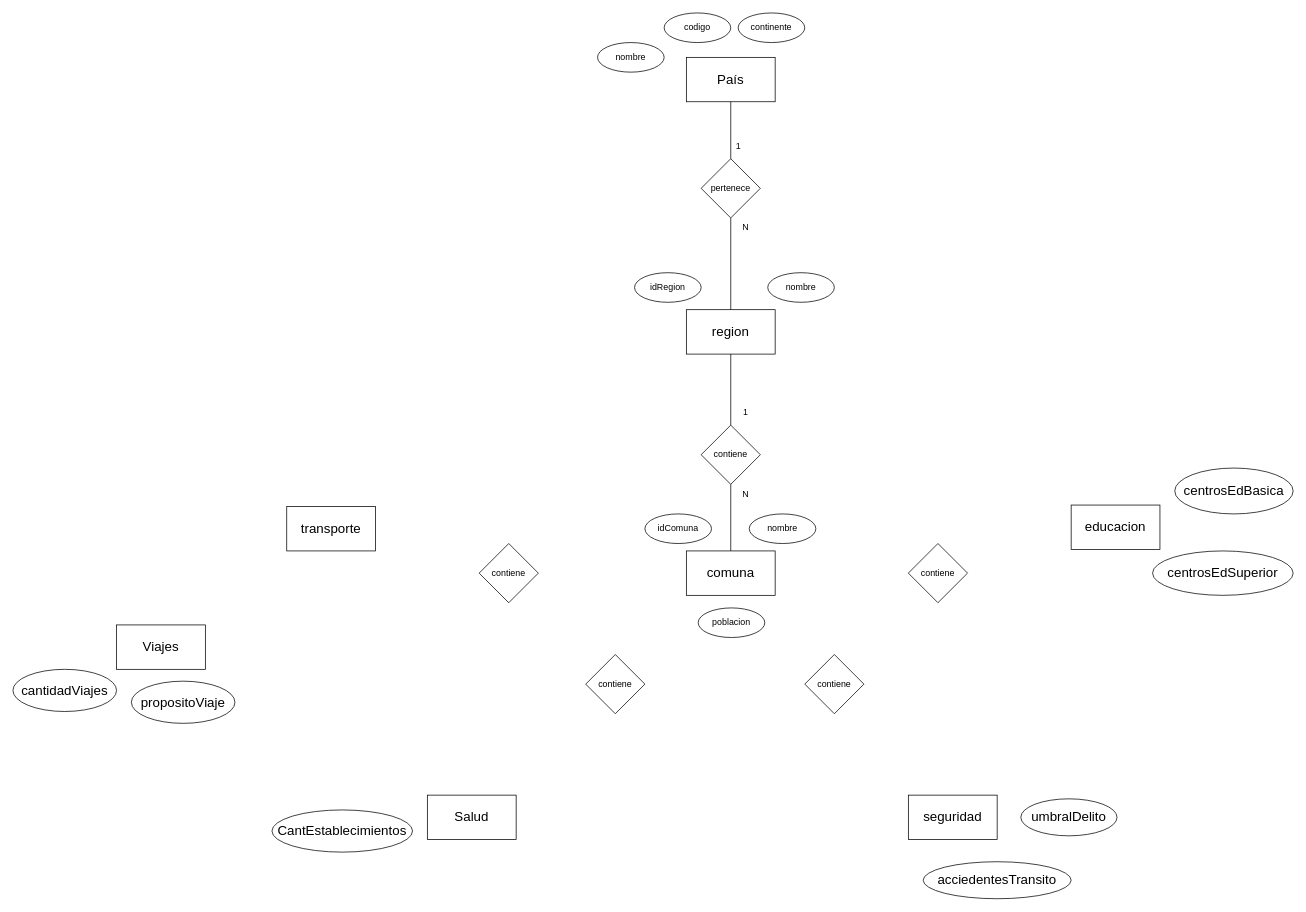
This is Parte_B/diagrama entidad-relacion.drawio from LuisPa197/INFO133-equipo01, a draw.io file, before an edit. Source tidied: cells renumbered, new cells numbered last; positions are measured from the earlier drawing's top-left corner, leaving out a move shared by most shapes. Both pictures are drawn from the tidied source at 74%, with x=0, y=0 at pixel (13, 13).
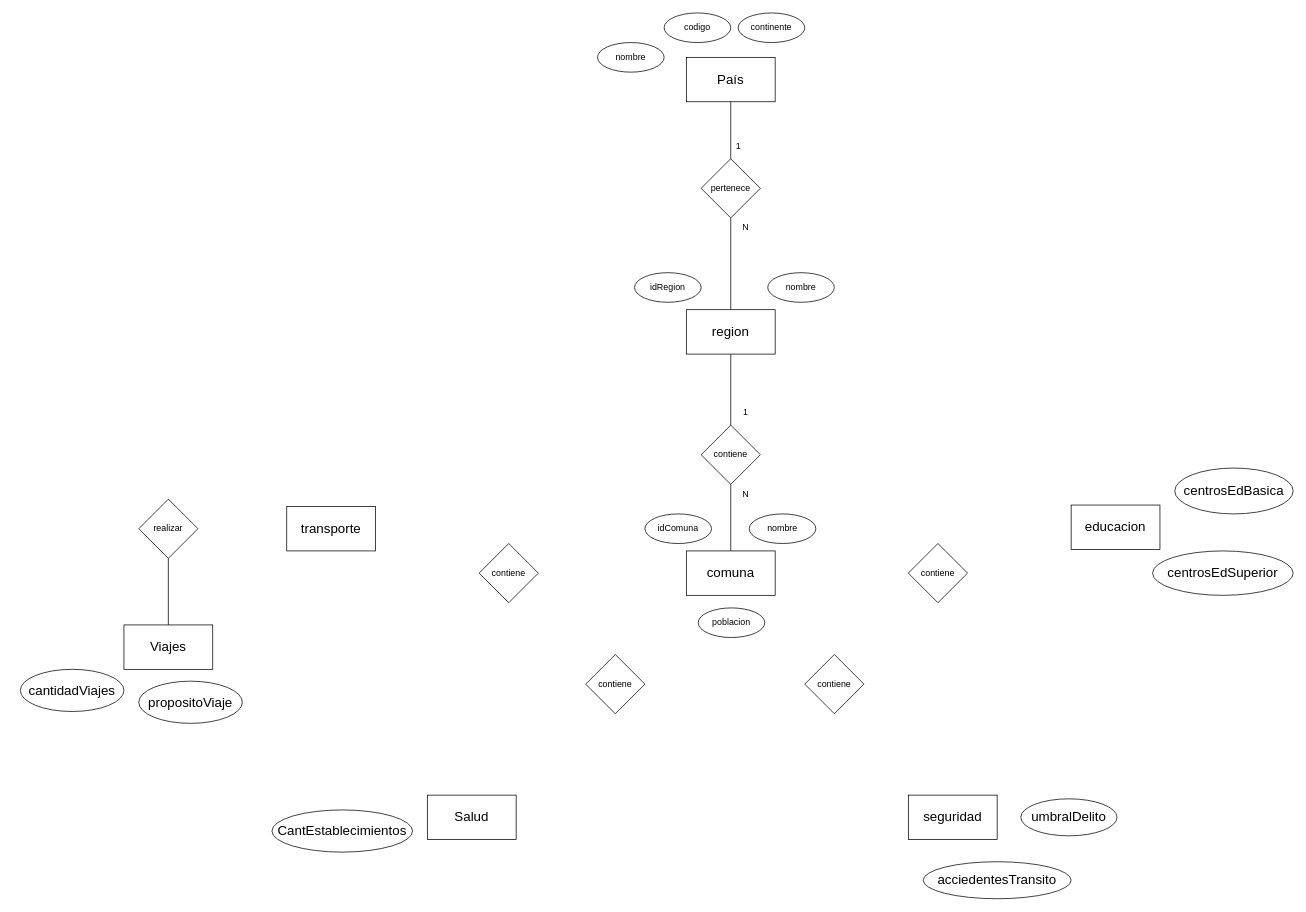
After the change.

Diff of the diagram source:
```diff
@@
     <mxCell id="33" value="&lt;span style=&quot;font-size: 18px;&quot;&gt;propositoViaje&lt;/span&gt;" style="ellipse;whiteSpace=wrap;html=1;" parent="1" vertex="1">
-      <mxGeometry x="160" y="903" width="140" height="57" as="geometry" />
+      <mxGeometry x="170" y="903" width="140" height="57" as="geometry" />
     </mxCell>
     <mxCell id="34" value="&lt;span style=&quot;font-size: 18px;&quot;&gt;cantidadViajes&lt;/span&gt;" style="ellipse;whiteSpace=wrap;html=1;" parent="1" vertex="1">
-      <mxGeometry y="887" width="140" height="57" as="geometry" />
+      <mxGeometry x="10" y="887" width="140" height="57" as="geometry" />
     </mxCell>
@@
     <mxCell id="38" value="&lt;font style=&quot;font-size: 18px;&quot;&gt;Viajes&lt;/font&gt;" style="rounded=0;whiteSpace=wrap;html=1;" parent="1" vertex="1">
-      <mxGeometry x="140" y="827" width="120" height="60" as="geometry" />
+      <mxGeometry x="150" y="827" width="120" height="60" as="geometry" />
     </mxCell>
+    <mxCell id="39" value="realizar" style="rhombus;whiteSpace=wrap;html=1;" parent="1" vertex="1">
+      <mxGeometry x="170" y="657" width="80" height="80" as="geometry" />
+    </mxCell>
+    <mxCell id="40" style="endArrow=none;html=1;rounded=0;entryX=0.5;entryY=1;entryDx=0;entryDy=0;exitX=0.5;exitY=0;exitDx=0;exitDy=0;" parent="1" edge="1" source="38" target="39">
+      <mxGeometry relative="1" as="geometry" />
+    </mxCell>
```
